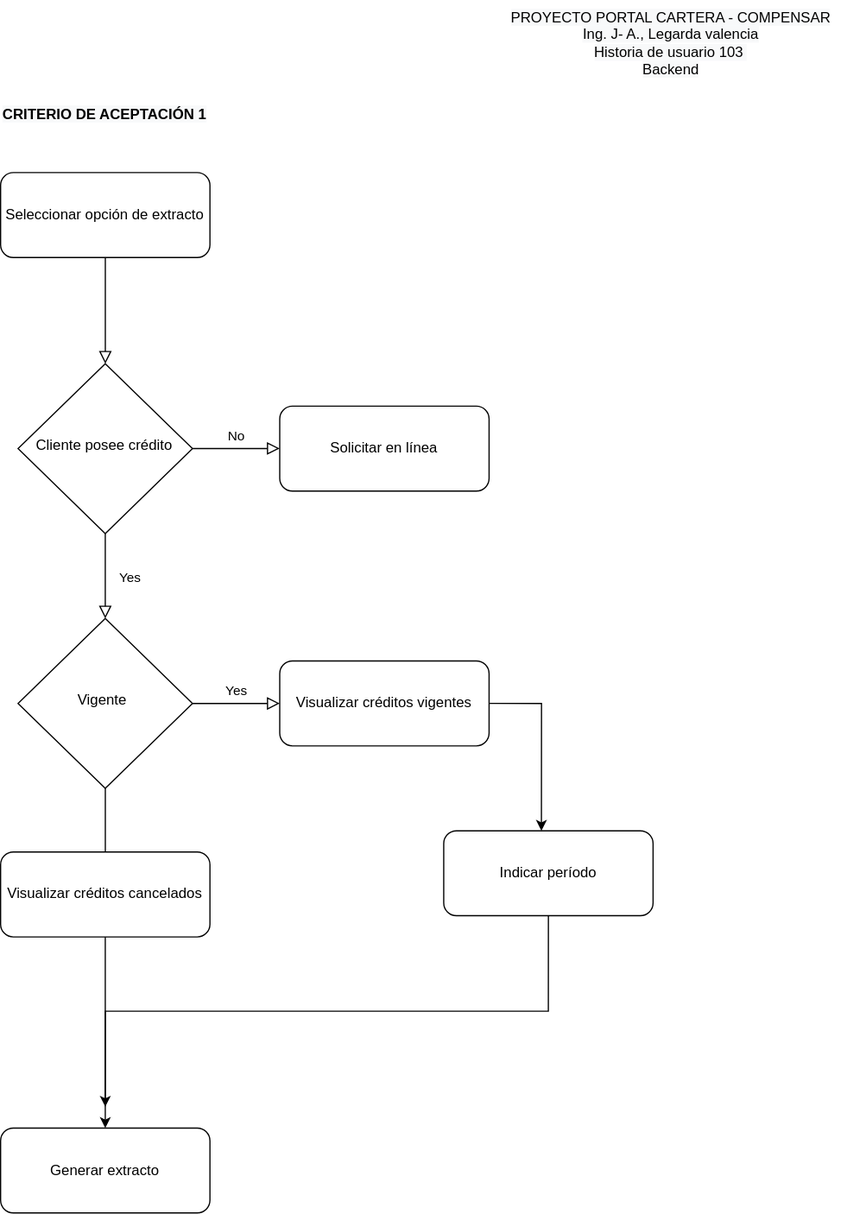
Before: backend_103_AC01.svg, a diagram exported from draw.io (coderunner86/compensar-diagramas-flujo). Source tidied: cells renumbered, new cells last; positions are measured from the earlier drawing's top-left corner, leaving out a move shared by most shapes.
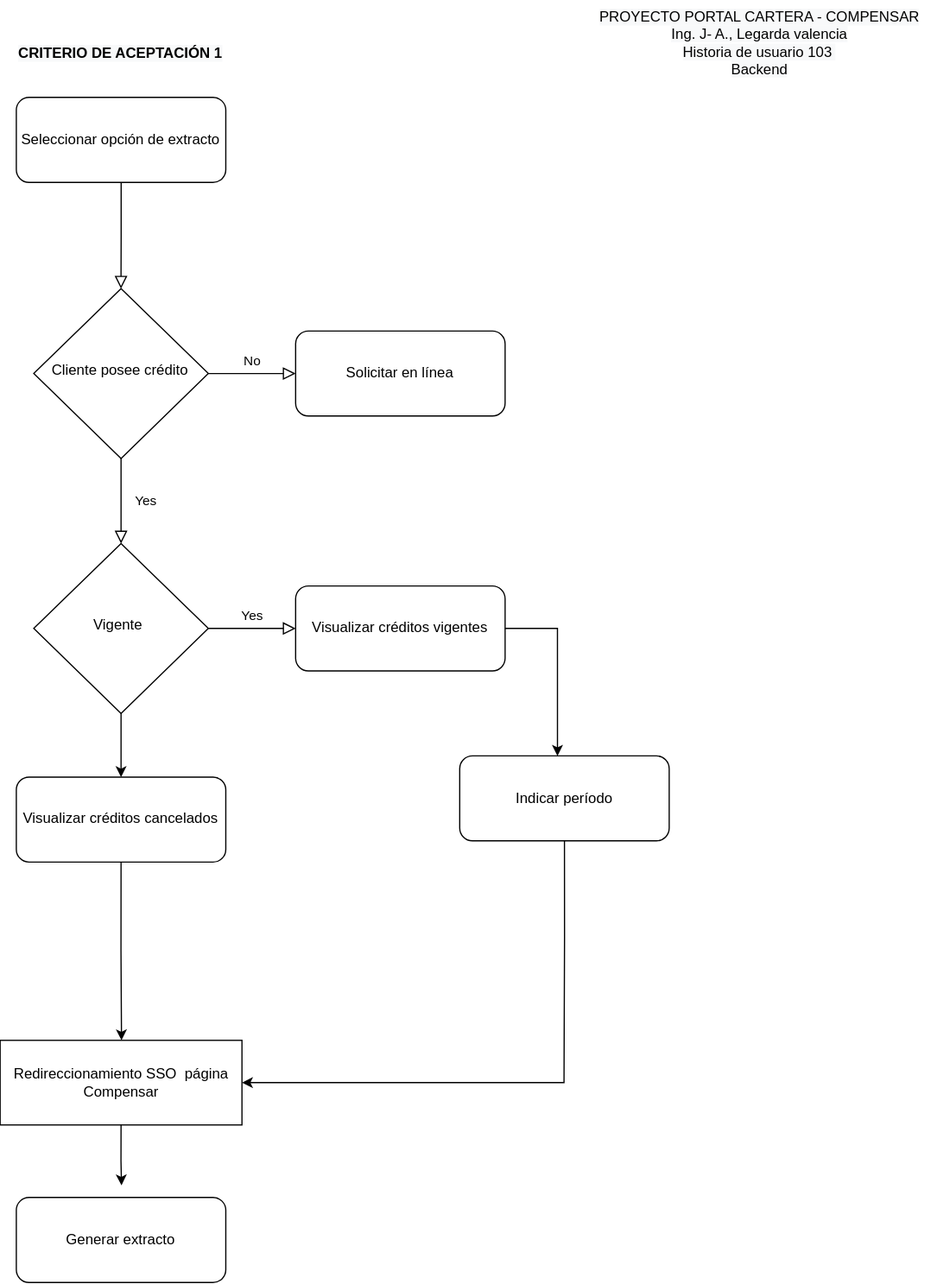
Later version of the same file.

Diff of the diagram source:
```diff
@@ -3,7 +3,7 @@
     <mxCell id="0" />
     <mxCell id="1" parent="0" />
     <mxCell id="2" style="group;" parent="1" vertex="1">
-      <mxGeometry y="142" width="540" height="861" as="geometry" />
+      <mxGeometry x="-60" y="80" width="540" height="861" as="geometry" />
     </mxCell>
     <mxCell id="3" value="Seleccionar opción de extracto" style="rounded=1;whiteSpace=wrap;html=1;fontSize=12;glass=0;strokeWidth=1;shadow=0;" parent="2" vertex="1">
       <mxGeometry width="173.3" height="70.3" as="geometry" />
@@ -26,9 +26,6 @@
     <mxCell id="9" value="Yes" style="rounded=0;html=1;jettySize=auto;fontSize=11;endArrow=block;endFill=0;endSize=8;strokeWidth=1;shadow=0;labelBackgroundColor=none;edgeStyle=orthogonalEdgeStyle;" parent="2" edge="1" source="4" target="8">
       <mxGeometry y="20" relative="1" as="geometry" />
     </mxCell>
-    <mxCell id="10" value="Generar extracto" style="rounded=1;whiteSpace=wrap;html=1;fontSize=12;glass=0;strokeWidth=1;shadow=0;" parent="2" vertex="1">
-      <mxGeometry y="790.7" width="173.3" height="70.3" as="geometry" />
-    </mxCell>
     <mxCell id="11" value="Visualizar créditos vigentes" style="rounded=1;whiteSpace=wrap;html=1;fontSize=12;glass=0;strokeWidth=1;shadow=0;" parent="2" vertex="1">
       <mxGeometry x="231" y="404.1" width="173.3" height="70.3" as="geometry" />
     </mxCell>
@@ -46,22 +43,42 @@
     <mxCell id="15" value="Visualizar créditos cancelados" style="rounded=1;whiteSpace=wrap;html=1;fontSize=12;glass=0;strokeWidth=1;shadow=0;" parent="2" vertex="1">
       <mxGeometry y="562.3" width="173.3" height="70.3" as="geometry" />
     </mxCell>
+    <mxCell id="18" style="endArrow=classic;html=1;rounded=0;edgeStyle=orthogonalEdgeStyle;exitX=0.5;exitY=1;exitDx=0;exitDy=0;" parent="2" edge="1" source="14" target="21">
+      <mxGeometry relative="1" as="geometry">
+        <Array as="points">
+          <mxPoint x="453" y="694" />
+          <mxPoint x="453" y="815" />
+        </Array>
+      </mxGeometry>
+    </mxCell>
+    <mxCell id="21" value="Redireccionamiento SSO&amp;nbsp; página Compensar" style="whiteSpace=wrap;html=1;" parent="2" vertex="1">
+      <mxGeometry x="-13.4" y="780" width="200" height="70" as="geometry" />
+    </mxCell>
-    <mxCell id="16" style="rounded=0;html=1;jettySize=auto;fontSize=11;endArrow=none;endFill=0;endSize=8;strokeWidth=1;shadow=0;labelBackgroundColor=none;edgeStyle=orthogonalEdgeStyle;" parent="2" edge="1" source="8" target="15">
-      <mxGeometry x="0.33" y="20" relative="1" as="geometry" />
+    <mxCell id="16" style="endArrow=classic;html=1;rounded=0;edgeStyle=orthogonalEdgeStyle;exitX=0.5;exitY=1;exitDx=0;exitDy=0;entryX=0.5;entryY=0;entryDx=0;entryDy=0;" parent="2" edge="1" source="8" target="15">
+      <mxGeometry relative="1" as="geometry" />
     </mxCell>
-    <mxCell id="17" style="endArrow=classic;html=1;rounded=0;edgeStyle=orthogonalEdgeStyle;exitX=0.5;exitY=1;exitDx=0;exitDy=0;entryX=0.5;entryY=0;entryDx=0;entryDy=0;" parent="2" edge="1" source="15" target="10">
-      <mxGeometry relative="1" as="geometry" />
-    </mxCell>
-    <mxCell id="18" style="endArrow=classic;html=1;rounded=0;edgeStyle=orthogonalEdgeStyle;exitX=0.5;exitY=1;exitDx=0;exitDy=0;" parent="2" edge="1" source="14">
-      <mxGeometry relative="1" as="geometry">
-        <mxPoint x="86.6" y="773.1" as="targetPoint" />
-      </mxGeometry>
-    </mxCell>
     <mxCell id="19" value="&lt;span style=&quot;color: rgb(0 , 0 , 0) ; font-family: &amp;#34;helvetica&amp;#34; ; font-size: 12px ; font-style: normal ; font-weight: 400 ; letter-spacing: normal ; text-indent: 0px ; text-transform: none ; word-spacing: 0px ; background-color: rgb(248 , 249 , 250) ; display: inline ; float: none&quot;&gt;PROYECTO PORTAL CARTERA - COMPENSAR&lt;/span&gt;&lt;br style=&quot;color: rgb(0 , 0 , 0) ; font-family: &amp;#34;helvetica&amp;#34; ; font-size: 12px ; font-style: normal ; font-weight: 400 ; letter-spacing: normal ; text-indent: 0px ; text-transform: none ; word-spacing: 0px ; background-color: rgb(248 , 249 , 250)&quot;&gt;&lt;span style=&quot;color: rgb(0 , 0 , 0) ; font-family: &amp;#34;helvetica&amp;#34; ; font-size: 12px ; font-style: normal ; font-weight: 400 ; letter-spacing: normal ; text-indent: 0px ; text-transform: none ; word-spacing: 0px ; background-color: rgb(248 , 249 , 250) ; display: inline ; float: none&quot;&gt;Ing. J- A., Legarda valencia&lt;/span&gt;&lt;br style=&quot;color: rgb(0 , 0 , 0) ; font-family: &amp;#34;helvetica&amp;#34; ; font-size: 12px ; font-style: normal ; font-weight: 400 ; letter-spacing: normal ; text-indent: 0px ; text-transform: none ; word-spacing: 0px ; background-color: rgb(248 , 249 , 250)&quot;&gt;&lt;span style=&quot;color: rgb(0 , 0 , 0) ; font-family: &amp;#34;helvetica&amp;#34; ; font-size: 12px ; font-style: normal ; font-weight: 400 ; letter-spacing: normal ; text-indent: 0px ; text-transform: none ; word-spacing: 0px ; background-color: rgb(248 , 249 , 250) ; display: inline ; float: none&quot;&gt;Historia de usuario 103&amp;nbsp;&lt;/span&gt;&lt;br style=&quot;color: rgb(0 , 0 , 0) ; font-family: &amp;#34;helvetica&amp;#34; ; font-size: 12px ; font-style: normal ; font-weight: 400 ; letter-spacing: normal ; text-indent: 0px ; text-transform: none ; word-spacing: 0px ; background-color: rgb(248 , 249 , 250)&quot;&gt;&lt;span style=&quot;color: rgb(0 , 0 , 0) ; font-family: &amp;#34;helvetica&amp;#34; ; font-size: 12px ; font-style: normal ; font-weight: 400 ; letter-spacing: normal ; text-indent: 0px ; text-transform: none ; word-spacing: 0px ; background-color: rgb(248 , 249 , 250) ; display: inline ; float: none&quot;&gt;Backend&lt;/span&gt;" style="text;whiteSpace=wrap;html=1;align=center;" parent="1" vertex="1">
       <mxGeometry x="410" width="290" height="70" as="geometry" />
     </mxCell>
     <mxCell id="20" value="&lt;b style=&quot;color: rgb(0 , 0 , 0) ; font-family: &amp;#34;helvetica&amp;#34; ; font-size: 12px ; font-style: normal ; letter-spacing: normal ; text-align: center ; text-indent: 0px ; text-transform: none ; word-spacing: 0px ; background-color: rgb(248 , 249 , 250)&quot;&gt;CRITERIO DE ACEPTACIÓN 1&lt;/b&gt;" style="text;whiteSpace=wrap;html=1;" parent="1" vertex="1">
-      <mxGeometry y="80" width="200" height="30" as="geometry" />
+      <mxGeometry x="-60" y="30" width="200" height="30" as="geometry" />
     </mxCell>
+    <mxCell id="10" value="Generar extracto" style="rounded=1;whiteSpace=wrap;html=1;fontSize=12;glass=0;strokeWidth=1;shadow=0;" parent="1" vertex="1">
+      <mxGeometry x="-60" y="990" width="173.3" height="70.3" as="geometry" />
+    </mxCell>
+    <mxCell id="22" style="endArrow=classic;html=1;rounded=0;edgeStyle=orthogonalEdgeStyle;exitX=0.5;exitY=1;exitDx=0;exitDy=0;" parent="1" edge="1" source="15">
+      <mxGeometry relative="1" as="geometry">
+        <mxPoint x="27" y="860" as="targetPoint" />
+      </mxGeometry>
+    </mxCell>
+    <mxCell id="23" style="endArrow=classic;html=1;rounded=0;edgeStyle=orthogonalEdgeStyle;exitX=0.5;exitY=1;exitDx=0;exitDy=0;" parent="1" edge="1" source="21">
+      <mxGeometry relative="1" as="geometry">
+        <mxPoint x="27" y="980" as="targetPoint" />
+        <Array as="points">
+          <mxPoint x="27" y="960" />
+          <mxPoint x="27" y="990" />
+        </Array>
+      </mxGeometry>
+    </mxCell>
   </root>
 </mxGraphModel>
```
